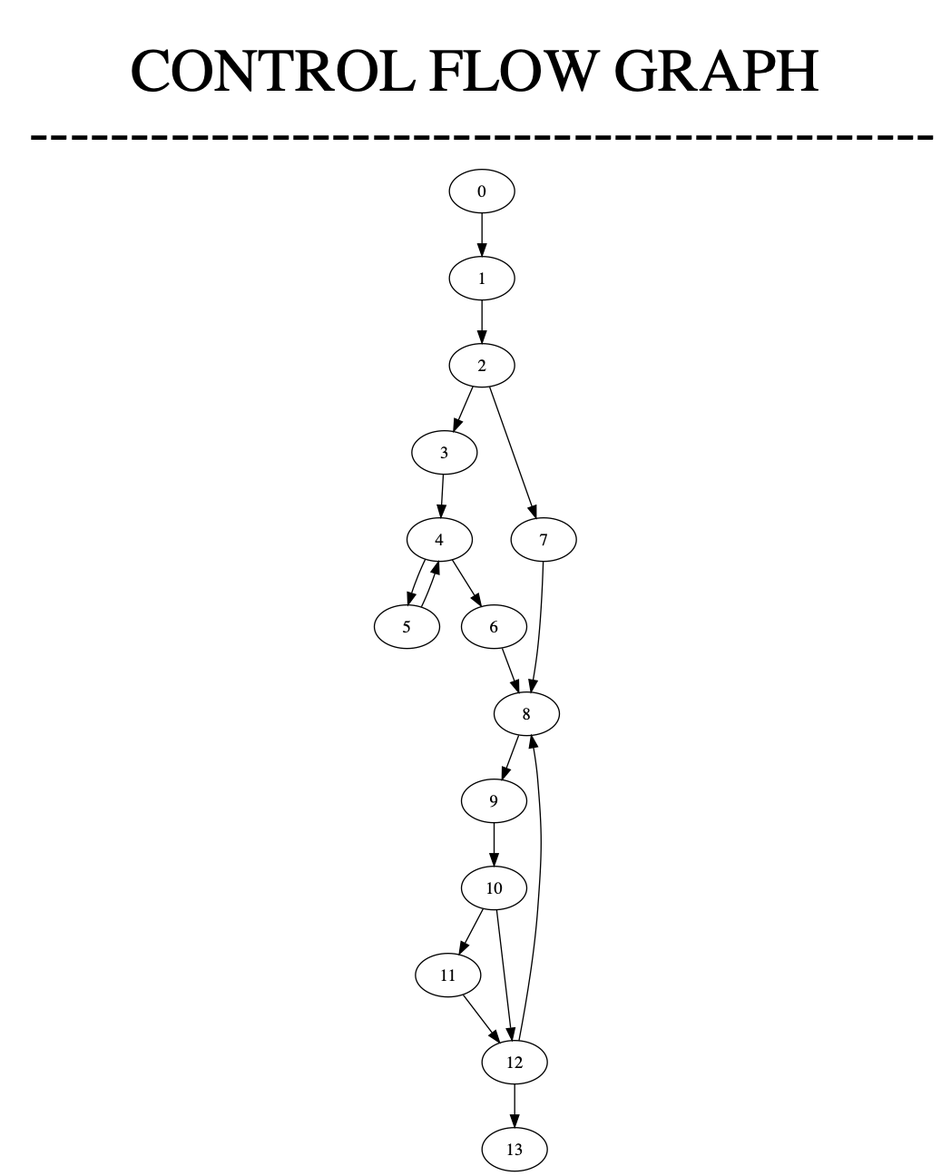
The Graphviz diagram cfg_program_3.png in jayavardhanpatil/ControlFlowGraph, before a commit. Its source is kept beside it as cfg_program_3.dot.
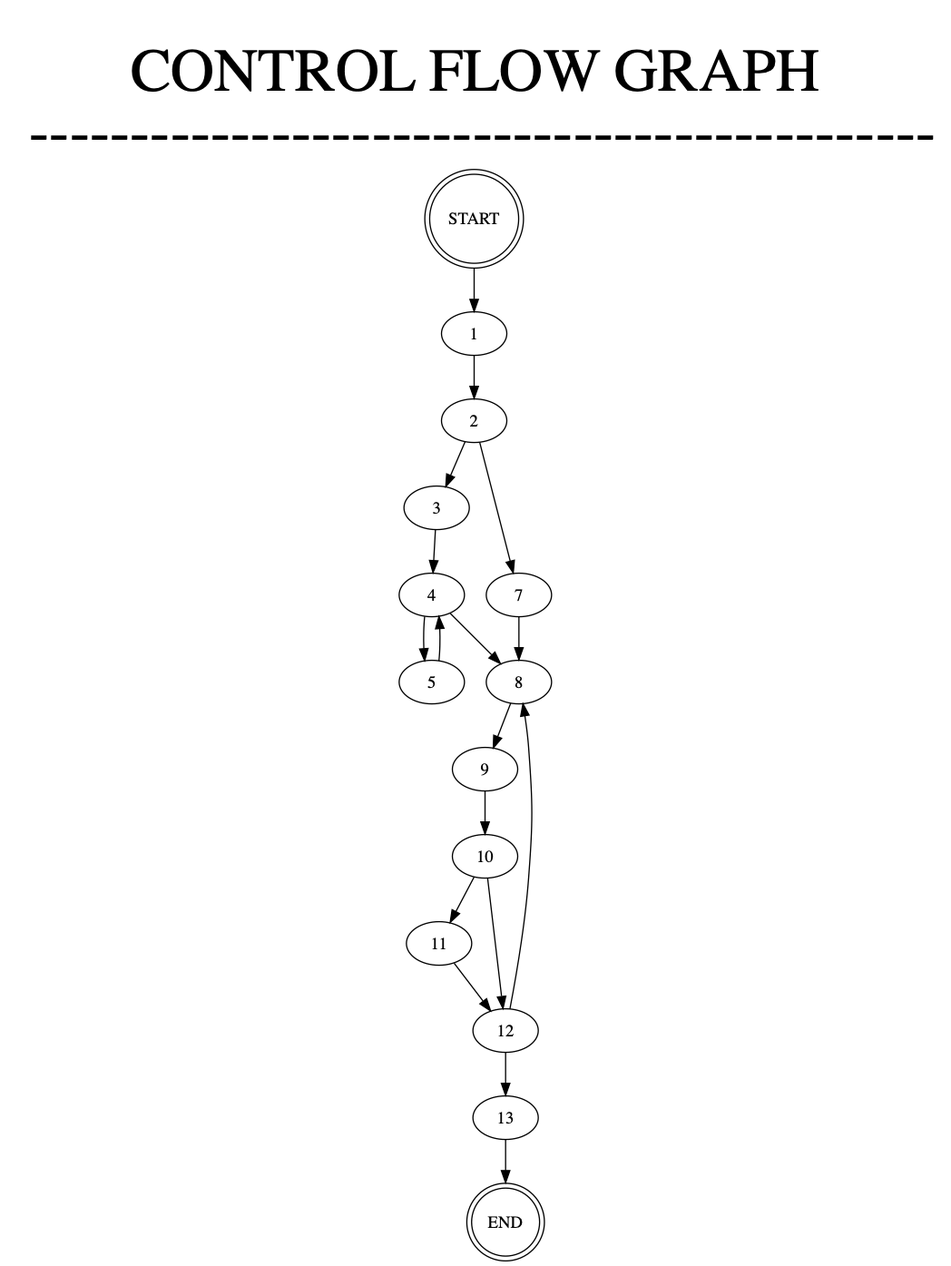
After the commit.

Commit message:
Added Start and ENd Node

What changed in the source:
```diff
@@ -1,13 +1,12 @@
 digraph G {
 label = <<br/><br/><font point-size='50'><b>CONTROL FLOW GRAPH</b><br/>
----------------------------------------------</font><br/>>; labelloc = t;0->1;
+---------------------------------------------</font><br/>>; labelloc = t;START->1;
 1->2;
 2->3;
 3->4;
 4->5;
 5->4;
-4->6;
-6->8;
+4->8;
 8->9;
 9->10;
 10->11;
@@ -17,4 +16,5 @@
 10->12;
 2->7;
 7->8;
-}
+13->"END"START [shape = doublecircle];
+	END [shape = doublecircle];}
```
